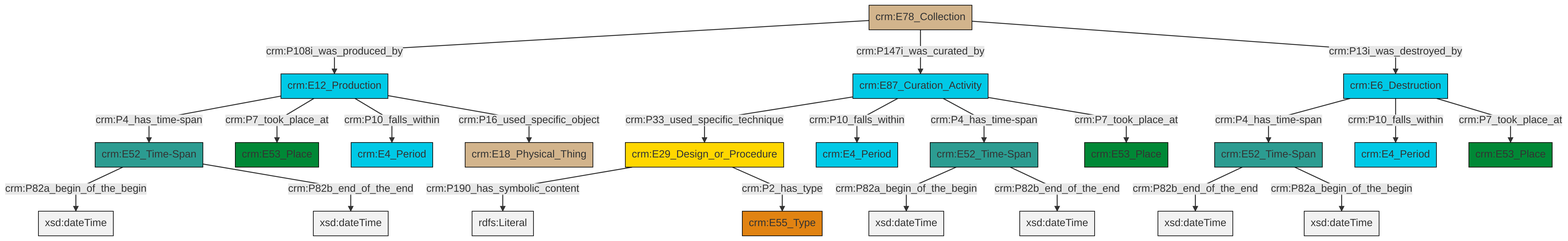
The Mermaid diagram et/archivalCSV/ttl/mmd/png/archival_existence.png in swiss-art-research-net/docs.swissartresearch, before a commit. Its source is kept beside it as et/archivalCSV/ttl/mmd/archival_existence.ttl.mmd.
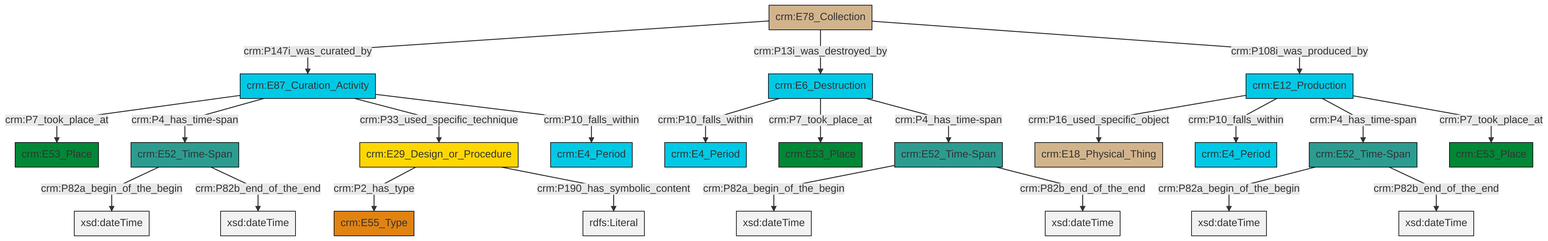
The same file after the commit.

Change to the diagram source:
```diff
@@ -13,25 +13,25 @@
 classDef PC_Classes fill:#4ce600, stroke:#000000;
 classDef Multi fill:#cccccc,stroke:#000000;
 
-0["crm:E78_Collection"]:::Physical_Thing -->|crm:P108i_was_produced_by| 1["crm:E12_Production"]:::Temporal_Entity
-2["crm:E52_Time-Span"]:::Time-Span -->|crm:P82b_end_of_the_end| 3[xsd:dateTime]:::Literal
-6["crm:E29_Design_or_Procedure"]:::Conceptual_Object -->|crm:P190_has_symbolic_content| 7[rdfs:Literal]:::Literal
-9["crm:E6_Destruction"]:::Temporal_Entity -->|crm:P4_has_time-span| 2["crm:E52_Time-Span"]:::Time-Span
-10["crm:E87_Curation_Activity"]:::Temporal_Entity -->|crm:P33_used_specific_technique| 6["crm:E29_Design_or_Procedure"]:::Conceptual_Object
-11["crm:E52_Time-Span"]:::Time-Span -->|crm:P82a_begin_of_the_begin| 12[xsd:dateTime]:::Literal
-2["crm:E52_Time-Span"]:::Time-Span -->|crm:P82a_begin_of_the_begin| 13[xsd:dateTime]:::Literal
-1["crm:E12_Production"]:::Temporal_Entity -->|crm:P4_has_time-span| 18["crm:E52_Time-Span"]:::Time-Span
-1["crm:E12_Production"]:::Temporal_Entity -->|crm:P7_took_place_at| 19["crm:E53_Place"]:::Place
-18["crm:E52_Time-Span"]:::Time-Span -->|crm:P82a_begin_of_the_begin| 22[xsd:dateTime]:::Literal
-10["crm:E87_Curation_Activity"]:::Temporal_Entity -->|crm:P10_falls_within| 27["crm:E4_Period"]:::Temporal_Entity
-0["crm:E78_Collection"]:::Physical_Thing -->|crm:P147i_was_curated_by| 10["crm:E87_Curation_Activity"]:::Temporal_Entity
-1["crm:E12_Production"]:::Temporal_Entity -->|crm:P10_falls_within| 28["crm:E4_Period"]:::Temporal_Entity
-18["crm:E52_Time-Span"]:::Time-Span -->|crm:P82b_end_of_the_end| 35[xsd:dateTime]:::Literal
-6["crm:E29_Design_or_Procedure"]:::Conceptual_Object -->|crm:P2_has_type| 24["crm:E55_Type"]:::Type
-9["crm:E6_Destruction"]:::Temporal_Entity -->|crm:P10_falls_within| 15["crm:E4_Period"]:::Temporal_Entity
-10["crm:E87_Curation_Activity"]:::Temporal_Entity -->|crm:P4_has_time-span| 11["crm:E52_Time-Span"]:::Time-Span
-9["crm:E6_Destruction"]:::Temporal_Entity -->|crm:P7_took_place_at| 20["crm:E53_Place"]:::Place
-11["crm:E52_Time-Span"]:::Time-Span -->|crm:P82b_end_of_the_end| 38[xsd:dateTime]:::Literal
-10["crm:E87_Curation_Activity"]:::Temporal_Entity -->|crm:P7_took_place_at| 32["crm:E53_Place"]:::Place
-1["crm:E12_Production"]:::Temporal_Entity -->|crm:P16_used_specific_object| 4["crm:E18_Physical_Thing"]:::Physical_Thing
-0["crm:E78_Collection"]:::Physical_Thing -->|crm:P13i_was_destroyed_by| 9["crm:E6_Destruction"]:::Temporal_Entity
+0["crm:E6_Destruction"]:::Temporal_Entity -->|crm:P10_falls_within| 1["crm:E4_Period"]:::Temporal_Entity
+2["crm:E78_Collection"]:::Physical_Thing -->|crm:P147i_was_curated_by| 3["crm:E87_Curation_Activity"]:::Temporal_Entity
+7["crm:E52_Time-Span"]:::Time-Span -->|crm:P82a_begin_of_the_begin| 8[xsd:dateTime]:::Literal
+2["crm:E78_Collection"]:::Physical_Thing -->|crm:P13i_was_destroyed_by| 0["crm:E6_Destruction"]:::Temporal_Entity
+0["crm:E6_Destruction"]:::Temporal_Entity -->|crm:P7_took_place_at| 4["crm:E53_Place"]:::Place
+2["crm:E78_Collection"]:::Physical_Thing -->|crm:P108i_was_produced_by| 11["crm:E12_Production"]:::Temporal_Entity
+9["crm:E29_Design_or_Procedure"]:::Conceptual_Object -->|crm:P2_has_type| 12["crm:E55_Type"]:::Type
+13["crm:E52_Time-Span"]:::Time-Span -->|crm:P82a_begin_of_the_begin| 14[xsd:dateTime]:::Literal
+15["crm:E52_Time-Span"]:::Time-Span -->|crm:P82a_begin_of_the_begin| 16[xsd:dateTime]:::Literal
+15["crm:E52_Time-Span"]:::Time-Span -->|crm:P82b_end_of_the_end| 21[xsd:dateTime]:::Literal
+7["crm:E52_Time-Span"]:::Time-Span -->|crm:P82b_end_of_the_end| 22[xsd:dateTime]:::Literal
+9["crm:E29_Design_or_Procedure"]:::Conceptual_Object -->|crm:P190_has_symbolic_content| 24[rdfs:Literal]:::Literal
+3["crm:E87_Curation_Activity"]:::Temporal_Entity -->|crm:P7_took_place_at| 29["crm:E53_Place"]:::Place
+13["crm:E52_Time-Span"]:::Time-Span -->|crm:P82b_end_of_the_end| 32[xsd:dateTime]:::Literal
+11["crm:E12_Production"]:::Temporal_Entity -->|crm:P16_used_specific_object| 33["crm:E18_Physical_Thing"]:::Physical_Thing
+3["crm:E87_Curation_Activity"]:::Temporal_Entity -->|crm:P4_has_time-span| 7["crm:E52_Time-Span"]:::Time-Span
+11["crm:E12_Production"]:::Temporal_Entity -->|crm:P10_falls_within| 18["crm:E4_Period"]:::Temporal_Entity
+0["crm:E6_Destruction"]:::Temporal_Entity -->|crm:P4_has_time-span| 13["crm:E52_Time-Span"]:::Time-Span
+11["crm:E12_Production"]:::Temporal_Entity -->|crm:P4_has_time-span| 15["crm:E52_Time-Span"]:::Time-Span
+3["crm:E87_Curation_Activity"]:::Temporal_Entity -->|crm:P33_used_specific_technique| 9["crm:E29_Design_or_Procedure"]:::Conceptual_Object
+3["crm:E87_Curation_Activity"]:::Temporal_Entity -->|crm:P10_falls_within| 27["crm:E4_Period"]:::Temporal_Entity
+11["crm:E12_Production"]:::Temporal_Entity -->|crm:P7_took_place_at| 25["crm:E53_Place"]:::Place
```
